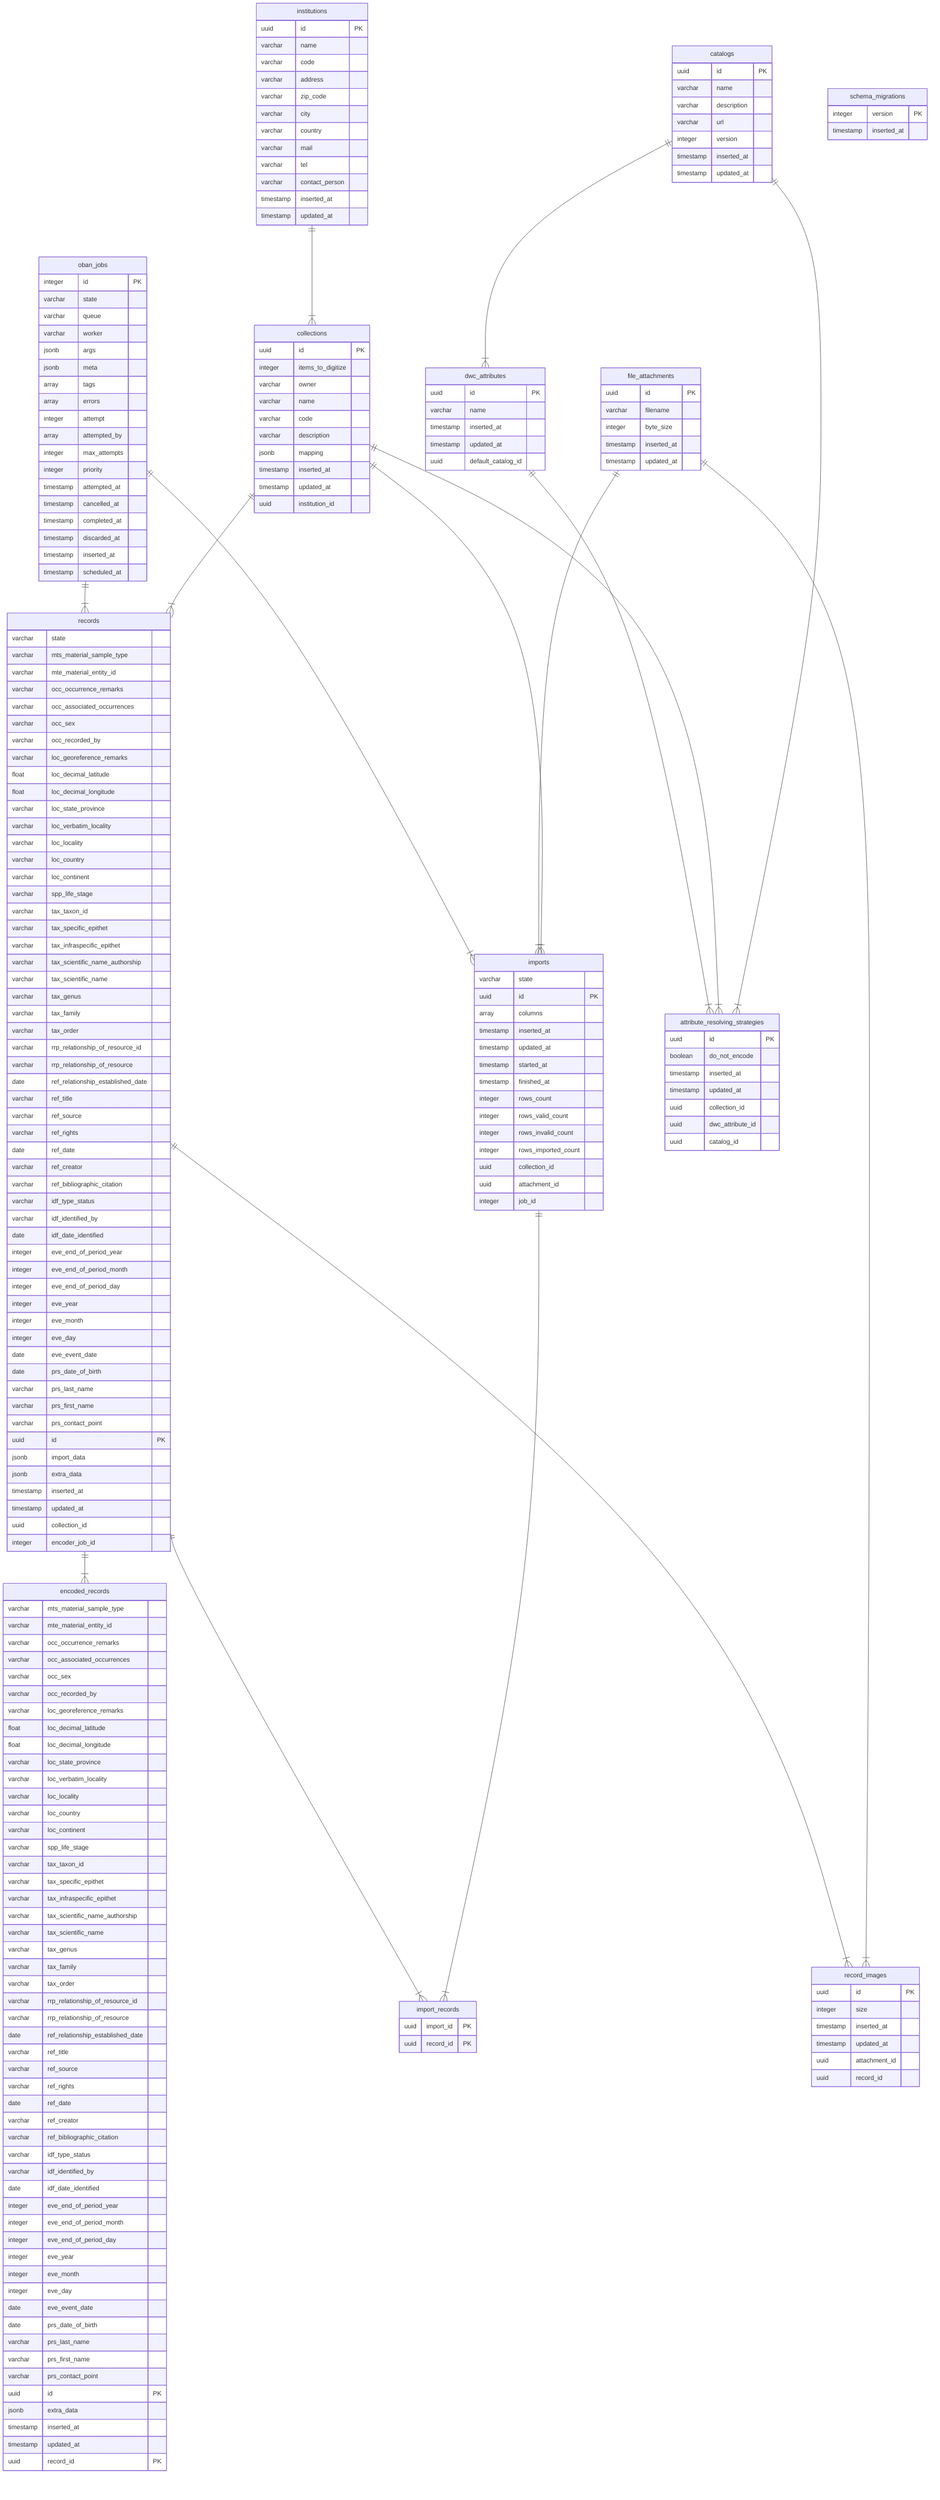
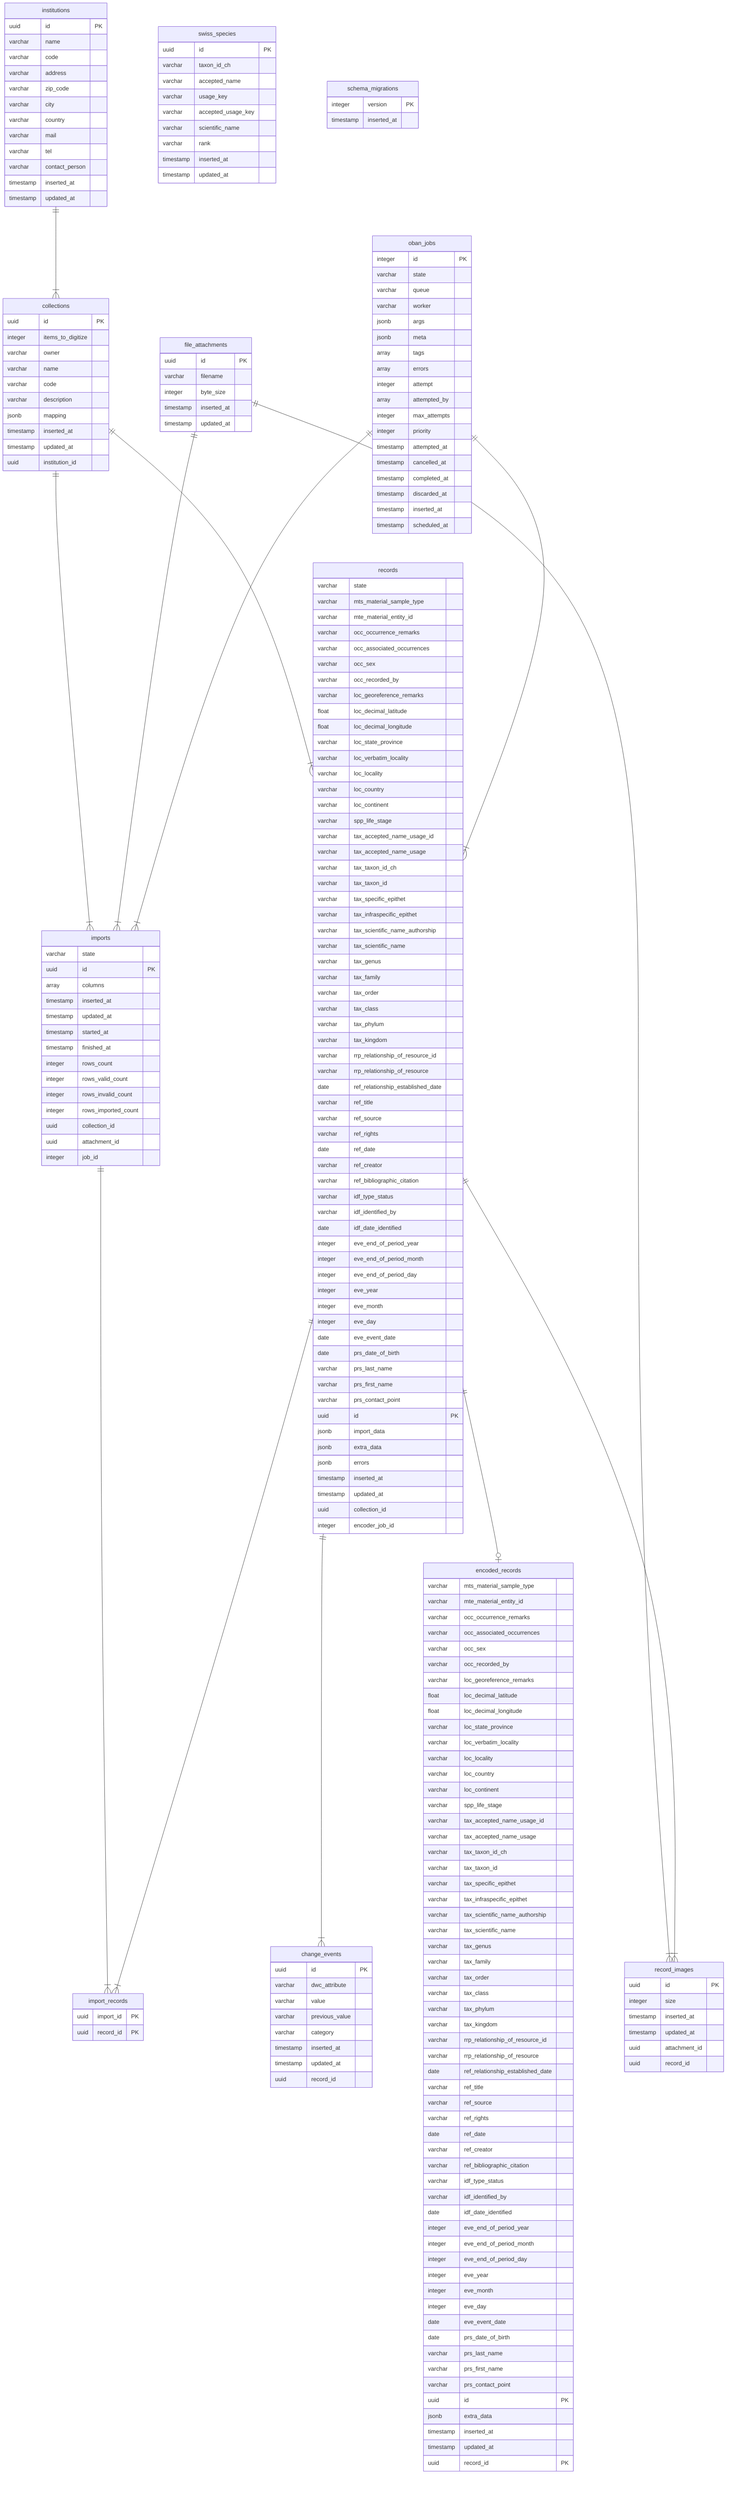
erDiagram
  file_attachments {
    uuid id PK
    varchar filename
    integer byte_size
    timestamp inserted_at
    timestamp updated_at
  }
  institutions {
    uuid id PK
    varchar name
    varchar code
    varchar address
    varchar zip_code
    varchar city
    varchar country
    varchar mail
    varchar tel
    varchar contact_person
    timestamp inserted_at
    timestamp updated_at
+   }
+   change_events {
+     uuid id PK
+     varchar dwc_attribute
+     varchar value
+     varchar previous_value
+     varchar category
+     timestamp inserted_at
+     timestamp updated_at
+     uuid record_id
  }
  collections {
    uuid id PK
    integer items_to_digitize
    varchar owner
    varchar name
    varchar code
    varchar description
    jsonb mapping
    timestamp inserted_at
    timestamp updated_at
    uuid institution_id
  }
  encoded_records {
    varchar mts_material_sample_type
    varchar mte_material_entity_id
    varchar occ_occurrence_remarks
    varchar occ_associated_occurrences
    varchar occ_sex
    varchar occ_recorded_by
    varchar loc_georeference_remarks
    float loc_decimal_latitude
    float loc_decimal_longitude
    varchar loc_state_province
    varchar loc_verbatim_locality
    varchar loc_locality
    varchar loc_country
    varchar loc_continent
    varchar spp_life_stage
+     varchar tax_accepted_name_usage_id
+     varchar tax_accepted_name_usage
+     varchar tax_taxon_id_ch
    varchar tax_taxon_id
    varchar tax_specific_epithet
    varchar tax_infraspecific_epithet
    varchar tax_scientific_name_authorship
    varchar tax_scientific_name
    varchar tax_genus
    varchar tax_family
    varchar tax_order
+     varchar tax_class
+     varchar tax_phylum
+     varchar tax_kingdom
    varchar rrp_relationship_of_resource_id
    varchar rrp_relationship_of_resource
    date ref_relationship_established_date
    varchar ref_title
    varchar ref_source
    varchar ref_rights
    date ref_date
    varchar ref_creator
    varchar ref_bibliographic_citation
    varchar idf_type_status
    varchar idf_identified_by
    date idf_date_identified
    integer eve_end_of_period_year
    integer eve_end_of_period_month
    integer eve_end_of_period_day
    integer eve_year
    integer eve_month
    integer eve_day
    date eve_event_date
    date prs_date_of_birth
    varchar prs_last_name
    varchar prs_first_name
    varchar prs_contact_point
    uuid id PK
    jsonb extra_data
    timestamp inserted_at
    timestamp updated_at
    uuid record_id PK
  }
  imports {
    varchar state
    uuid id PK
    array columns
    timestamp inserted_at
    timestamp updated_at
    timestamp started_at
    timestamp finished_at
    integer rows_count
    integer rows_valid_count
    integer rows_invalid_count
    integer rows_imported_count
    uuid collection_id
    uuid attachment_id
    integer job_id
  }
  import_records {
    uuid import_id PK
    uuid record_id PK
  }
  records {
    varchar state
    varchar mts_material_sample_type
    varchar mte_material_entity_id
    varchar occ_occurrence_remarks
    varchar occ_associated_occurrences
    varchar occ_sex
    varchar occ_recorded_by
    varchar loc_georeference_remarks
    float loc_decimal_latitude
    float loc_decimal_longitude
    varchar loc_state_province
    varchar loc_verbatim_locality
    varchar loc_locality
    varchar loc_country
    varchar loc_continent
    varchar spp_life_stage
+     varchar tax_accepted_name_usage_id
+     varchar tax_accepted_name_usage
+     varchar tax_taxon_id_ch
    varchar tax_taxon_id
    varchar tax_specific_epithet
    varchar tax_infraspecific_epithet
    varchar tax_scientific_name_authorship
    varchar tax_scientific_name
    varchar tax_genus
    varchar tax_family
    varchar tax_order
+     varchar tax_class
+     varchar tax_phylum
+     varchar tax_kingdom
    varchar rrp_relationship_of_resource_id
    varchar rrp_relationship_of_resource
    date ref_relationship_established_date
    varchar ref_title
    varchar ref_source
    varchar ref_rights
    date ref_date
    varchar ref_creator
    varchar ref_bibliographic_citation
    varchar idf_type_status
    varchar idf_identified_by
    date idf_date_identified
    integer eve_end_of_period_year
    integer eve_end_of_period_month
    integer eve_end_of_period_day
    integer eve_year
    integer eve_month
    integer eve_day
    date eve_event_date
    date prs_date_of_birth
    varchar prs_last_name
    varchar prs_first_name
    varchar prs_contact_point
    uuid id PK
    jsonb import_data
    jsonb extra_data
+     jsonb errors
    timestamp inserted_at
    timestamp updated_at
    uuid collection_id
    integer encoder_job_id
  }
  record_images {
    uuid id PK
    integer size
    timestamp inserted_at
    timestamp updated_at
    uuid attachment_id
    uuid record_id
  }
-   attribute_resolving_strategies {
-     uuid id PK
-     boolean do_not_encode
-     timestamp inserted_at
-     timestamp updated_at
-     uuid collection_id
-     uuid dwc_attribute_id
-     uuid catalog_id
-   }
-   catalogs {
-     uuid id PK
-     varchar name
-     varchar description
-     varchar url
-     integer version
-     timestamp inserted_at
-     timestamp updated_at
-   }
-   dwc_attributes {
-     uuid id PK
-     varchar name
-     timestamp inserted_at
-     timestamp updated_at
-     uuid default_catalog_id
+   swiss_species {
+     uuid id PK
+     varchar taxon_id_ch
+     varchar accepted_name
+     varchar usage_key
+     varchar accepted_usage_key
+     varchar scientific_name
+     varchar rank
+     timestamp inserted_at
+     timestamp updated_at
  }
  schema_migrations {
    integer version PK
    timestamp inserted_at
  }
  oban_jobs {
    integer id PK
    varchar state
    varchar queue
    varchar worker
    jsonb args
    jsonb meta
    array tags
    array errors
    integer attempt
    array attempted_by
    integer max_attempts
    integer priority
    timestamp attempted_at
    timestamp cancelled_at
    timestamp completed_at
    timestamp discarded_at
    timestamp inserted_at
    timestamp scheduled_at
  }
-   catalogs ||--|{ attribute_resolving_strategies : ""
-   catalogs ||--|{ dwc_attributes : ""
-   collections ||--|{ attribute_resolving_strategies : ""
  collections ||--|{ imports : ""
  collections ||--|{ records : ""
-   dwc_attributes ||--|{ attribute_resolving_strategies : ""
  file_attachments ||--|{ imports : ""
  file_attachments ||--|{ record_images : ""
  imports ||--|{ import_records : ""
  institutions ||--|{ collections : ""
  oban_jobs ||--|{ imports : ""
  oban_jobs ||--|{ records : ""
-   records ||--|{ encoded_records : ""
+   records ||--|{ change_events : ""
+   records ||--o| encoded_records : ""
  records ||--|{ import_records : ""
  records ||--|{ record_images : ""
